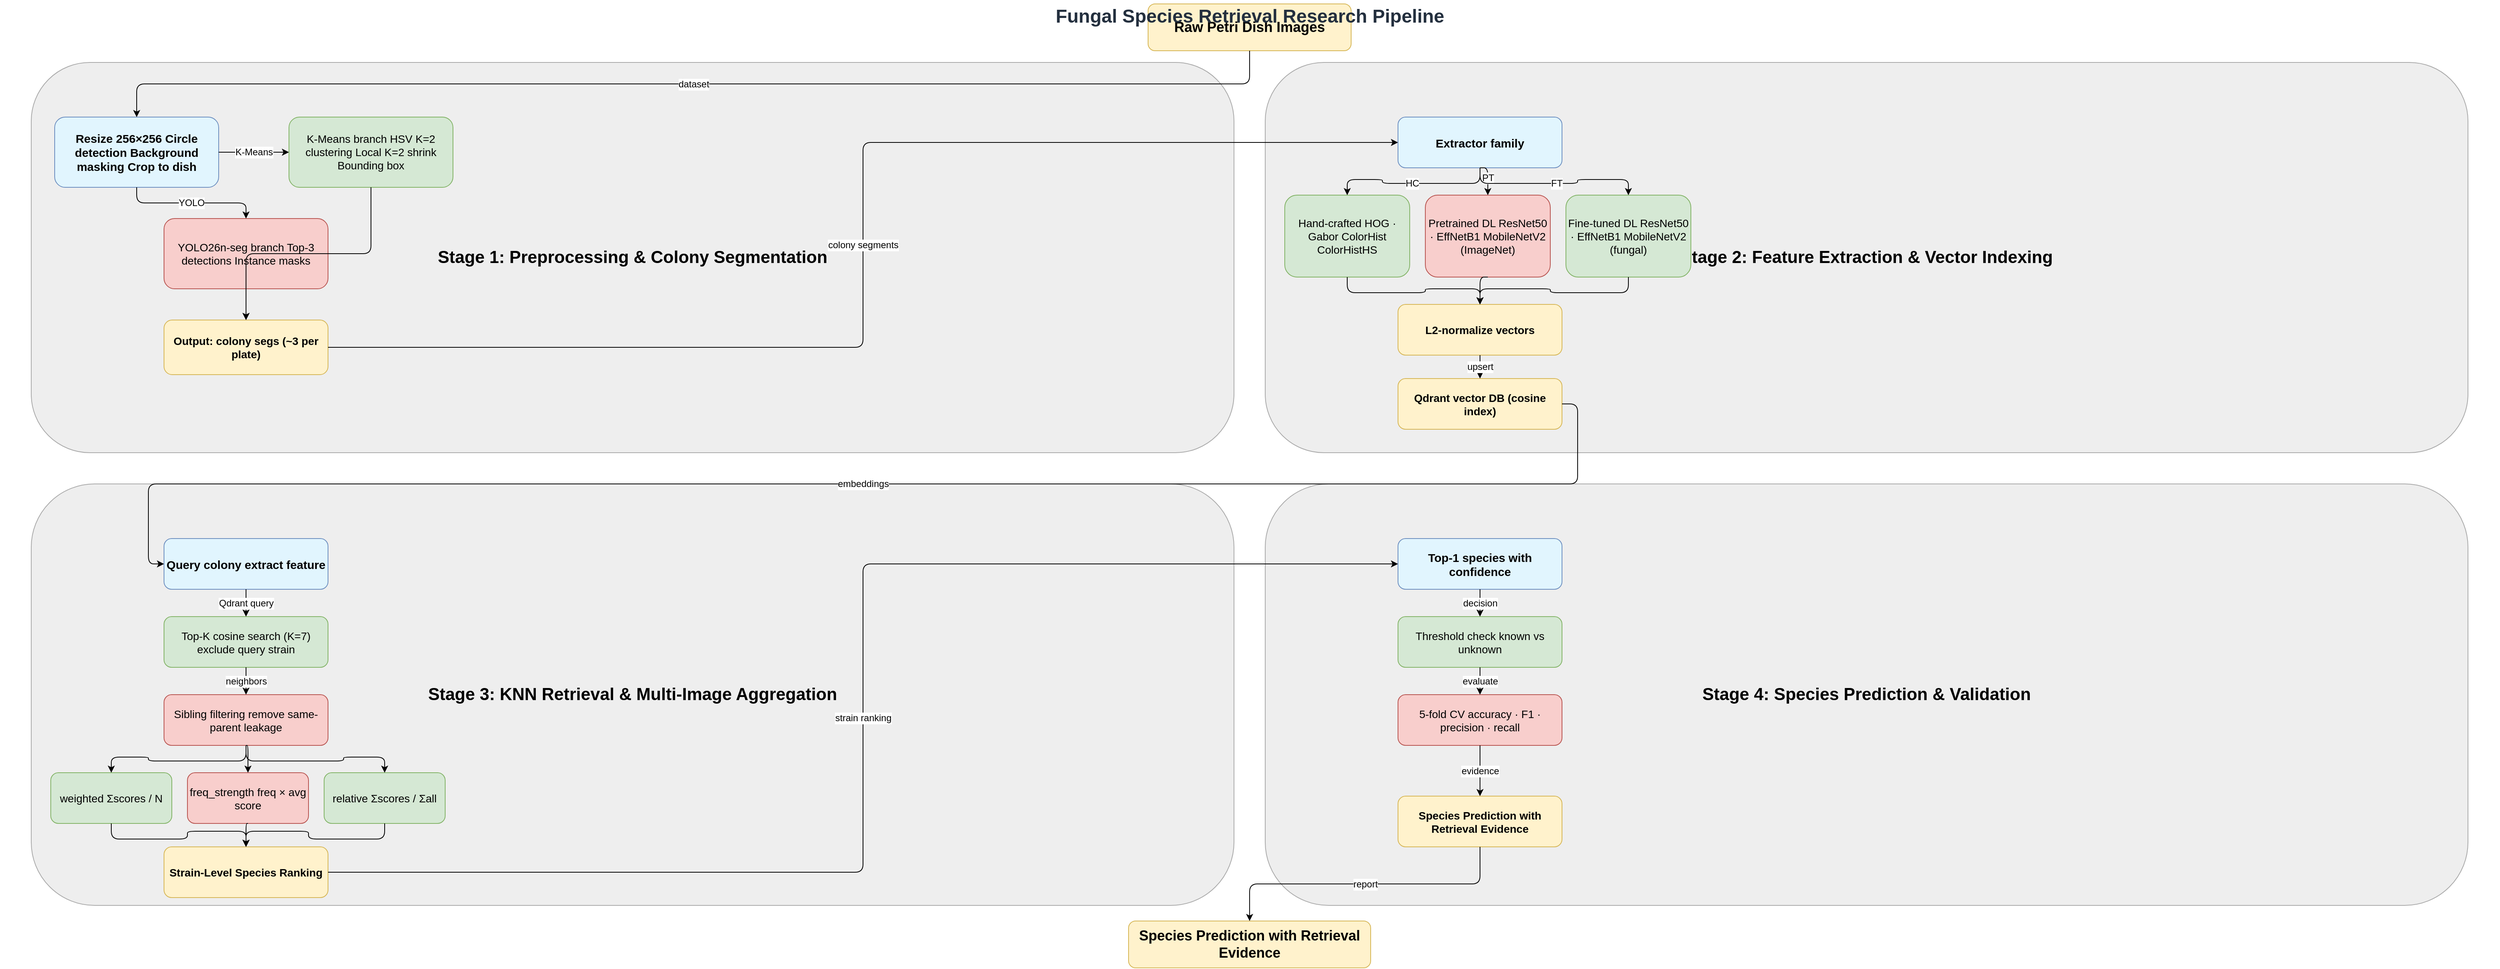
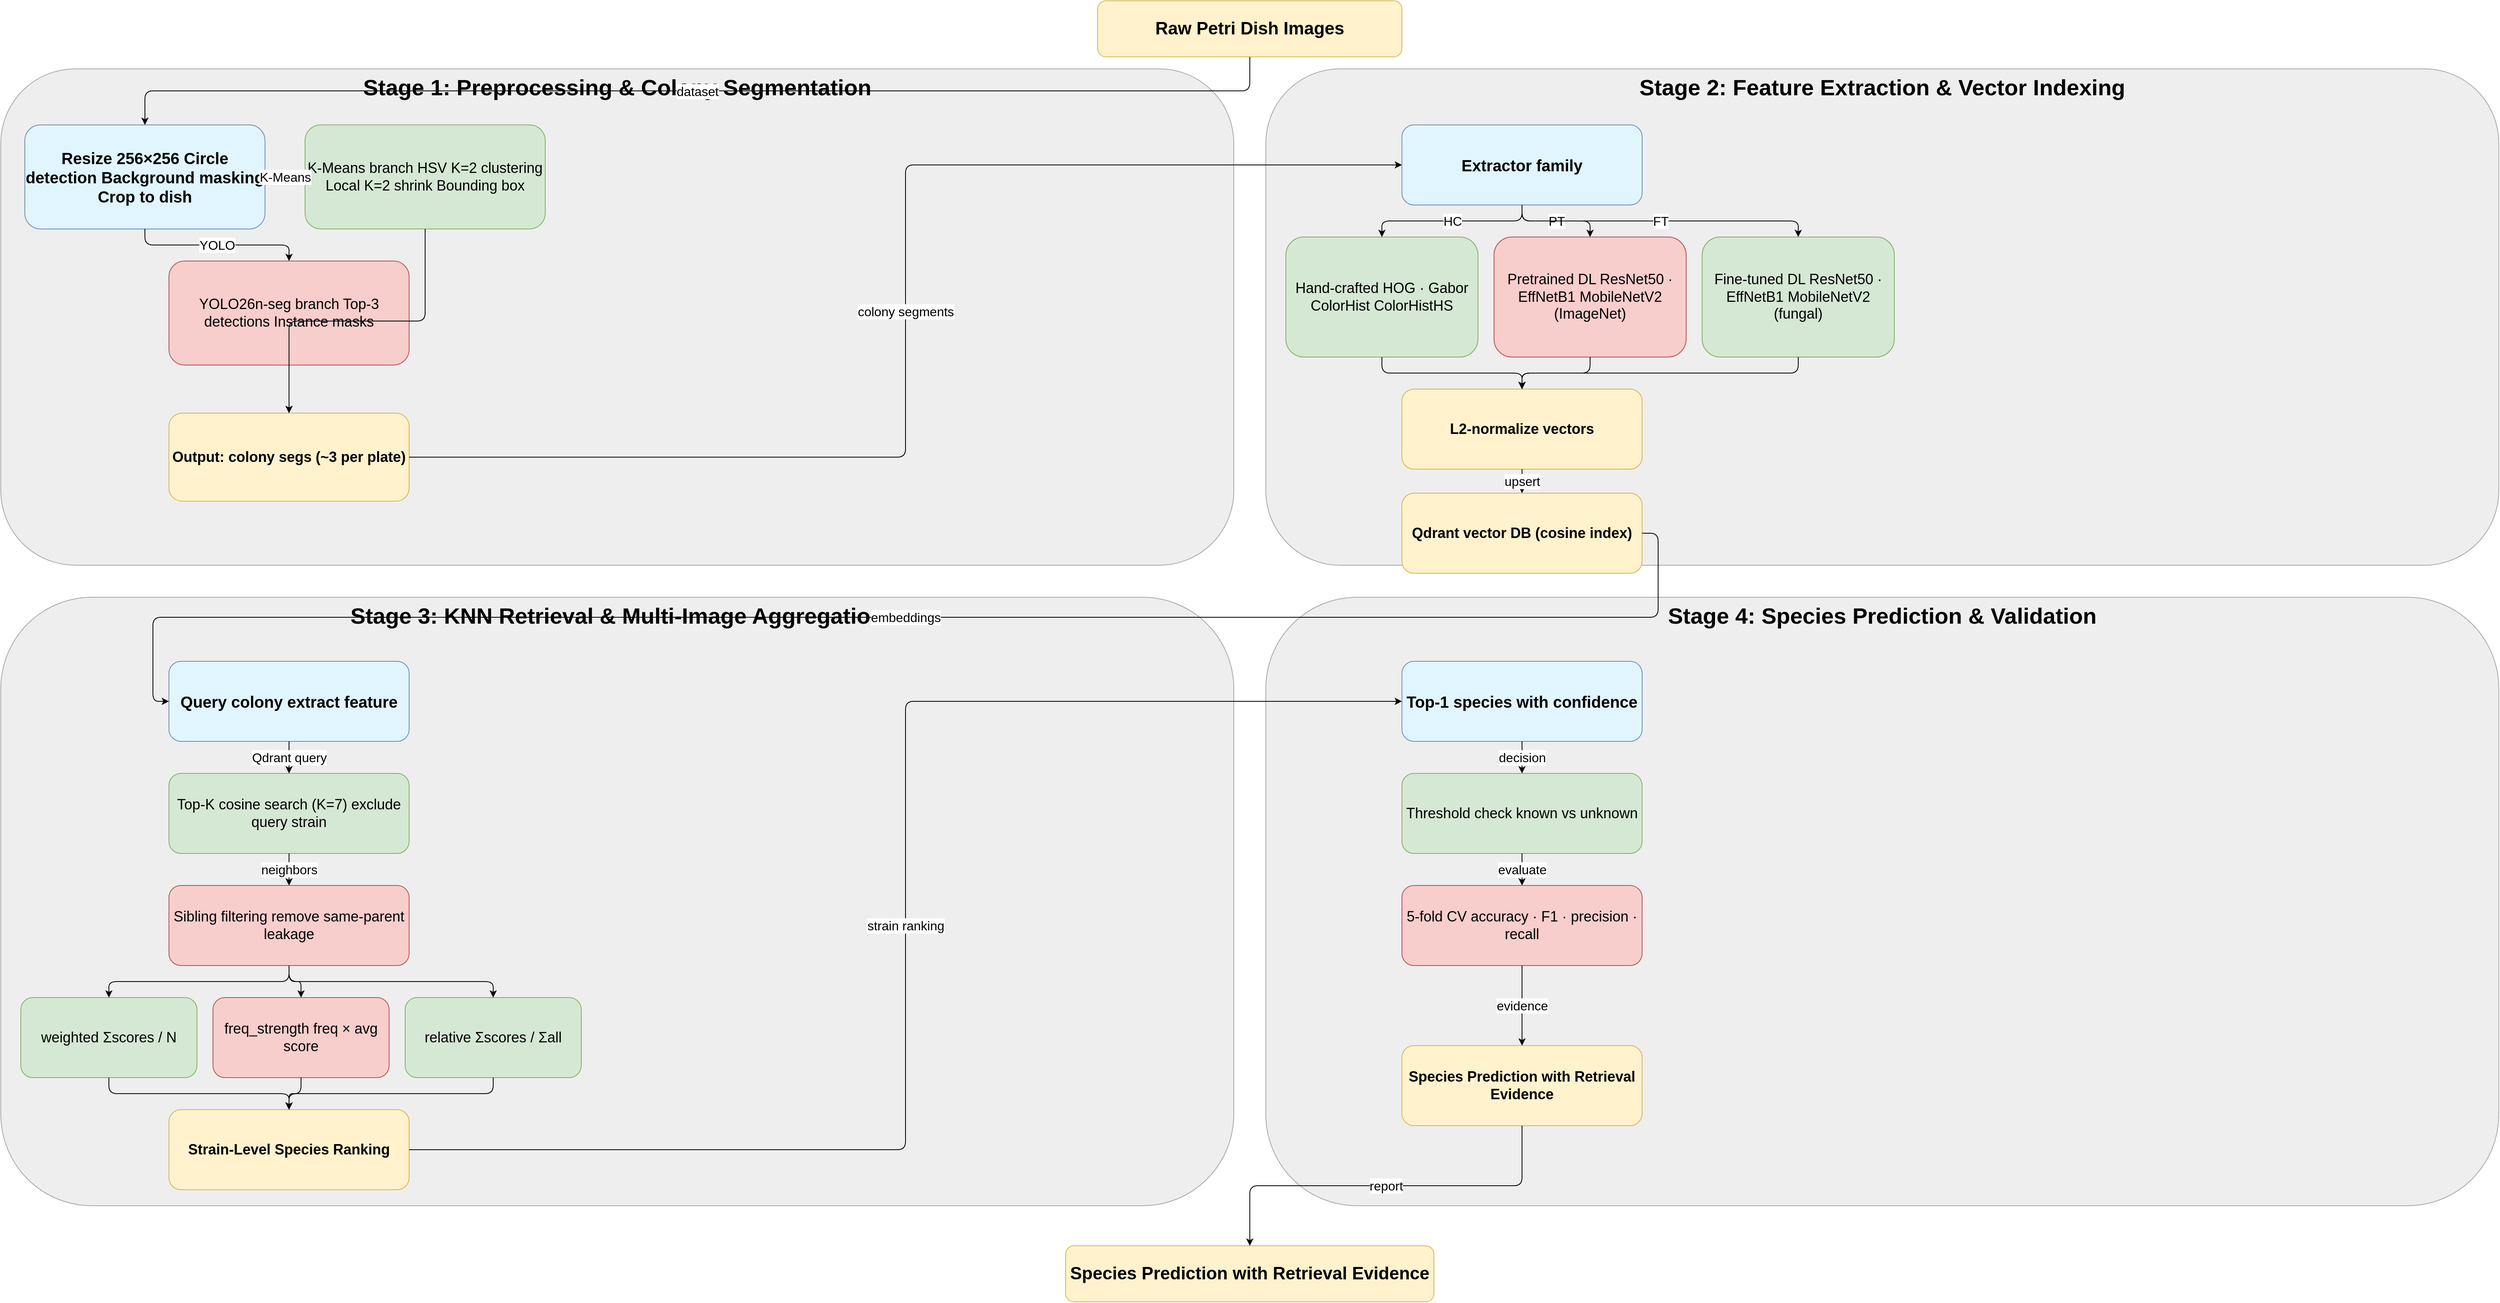
<?xml version="1.0" encoding="UTF-8"?>
<mxfile host="app.diagrams.net">
  <diagram name="Research Pipeline" id="d">
-     <mxGraphModel dx="2400" dy="1600" grid="0" gridSize="10" guides="1" tooltips="1" connect="1" arrows="1" fold="1" page="1" pageScale="1" pageWidth="3200" pageHeight="2200" math="0" shadow="0">
+     <mxGraphModel dx="2400" dy="1600" grid="0" gridSize="10" guides="1" tooltips="1" connect="1" arrows="1" fold="1" page="1" pageScale="1" pageWidth="3200" pageHeight="2300" math="0" shadow="0">
      <root>
        <mxCell id="0"/>
        <mxCell id="1" parent="0"/>
-         <mxCell id="s1" value="Stage 1: Preprocessing &amp; Colony Segmentation" style="rounded=1;whiteSpace=wrap;html=1;fillColor=#EEEEEE;strokeColor=#AAAAAA;fontSize=22;fontStyle=1;verticalAlign=middle;align=center;" vertex="1" parent="1"><mxGeometry x="40" y="100" width="1540" height="500" as="geometry"/></mxCell>
+         <mxCell id="s1" value="Stage 1: Preprocessing &amp; Colony Segmentation" style="rounded=1;whiteSpace=wrap;html=1;fillColor=#EEEEEE;strokeColor=#AAAAAA;fontSize=28;fontStyle=1;verticalAlign=top;align=center;" vertex="1" parent="1"><mxGeometry x="40" y="100" width="1540" height="620" as="geometry"/></mxCell>
        <mxCell id="s1a" value="Resize 256×256
Circle detection
Background masking
- Crop to dish" style="rounded=1;whiteSpace=wrap;html=1;fillColor=#E1F5FE;strokeColor=#6C8EBF;fontSize=15;fontStyle=1;verticalAlign=middle;align=center;" vertex="1" parent="1"><mxGeometry x="70" y="170" width="210" height="90" as="geometry"/></mxCell>
+ Crop to dish" style="rounded=1;whiteSpace=wrap;html=1;fillColor=#E1F5FE;strokeColor=#6C8EBF;fontSize=20;fontStyle=1;verticalAlign=middle;align=center;" vertex="1" parent="1"><mxGeometry x="70" y="170" width="300" height="130" as="geometry"/></mxCell>
        <mxCell id="s1b" value="K-Means branch
HSV K=2 clustering
Local K=2 shrink
- Bounding box" style="rounded=1;whiteSpace=wrap;html=1;fillColor=#D5E8D4;strokeColor=#82B366;fontSize=14;fontStyle=0;verticalAlign=middle;align=center;" vertex="1" parent="1"><mxGeometry x="370" y="170" width="210" height="90" as="geometry"/></mxCell>
+ Bounding box" style="rounded=1;whiteSpace=wrap;html=1;fillColor=#D5E8D4;strokeColor=#82B366;fontSize=18;fontStyle=0;verticalAlign=middle;align=center;" vertex="1" parent="1"><mxGeometry x="420" y="170" width="300" height="130" as="geometry"/></mxCell>
        <mxCell id="s1c" value="YOLO26n-seg branch
Top-3 detections
- Instance masks" style="rounded=1;whiteSpace=wrap;html=1;fillColor=#F8CECC;strokeColor=#B85450;fontSize=14;fontStyle=0;verticalAlign=middle;align=center;" vertex="1" parent="1"><mxGeometry x="210" y="300" width="210" height="90" as="geometry"/></mxCell>
-         <mxCell id="s1d" value="Output: colony segs (~3 per plate)" style="rounded=1;whiteSpace=wrap;html=1;fillColor=#FFF2CC;strokeColor=#D6B656;fontSize=14;fontStyle=1;verticalAlign=middle;align=center;" vertex="1" parent="1"><mxGeometry x="210" y="430" width="210" height="70" as="geometry"/></mxCell>
-         <mxCell id="s2" value="Stage 2: Feature Extraction &amp; Vector Indexing" style="rounded=1;whiteSpace=wrap;html=1;fillColor=#EEEEEE;strokeColor=#AAAAAA;fontSize=22;fontStyle=1;verticalAlign=middle;align=center;" vertex="1" parent="1"><mxGeometry x="1620" y="100" width="1540" height="500" as="geometry"/></mxCell>
-         <mxCell id="s2a" value="Extractor family" style="rounded=1;whiteSpace=wrap;html=1;fillColor=#E1F5FE;strokeColor=#6C8EBF;fontSize=15;fontStyle=1;verticalAlign=middle;align=center;" vertex="1" parent="1"><mxGeometry x="1790" y="170" width="210" height="65" as="geometry"/></mxCell>
+ Instance masks" style="rounded=1;whiteSpace=wrap;html=1;fillColor=#F8CECC;strokeColor=#B85450;fontSize=18;fontStyle=0;verticalAlign=middle;align=center;" vertex="1" parent="1"><mxGeometry x="250" y="340" width="300" height="130" as="geometry"/></mxCell>
+         <mxCell id="s1d" value="Output: colony segs (~3 per plate)" style="rounded=1;whiteSpace=wrap;html=1;fillColor=#FFF2CC;strokeColor=#D6B656;fontSize=18;fontStyle=1;verticalAlign=middle;align=center;" vertex="1" parent="1"><mxGeometry x="250" y="530" width="300" height="110" as="geometry"/></mxCell>
+         <mxCell id="s2" value="Stage 2: Feature Extraction &amp; Vector Indexing" style="rounded=1;whiteSpace=wrap;html=1;fillColor=#EEEEEE;strokeColor=#AAAAAA;fontSize=28;fontStyle=1;verticalAlign=top;align=center;" vertex="1" parent="1"><mxGeometry x="1620" y="100" width="1540" height="620" as="geometry"/></mxCell>
+         <mxCell id="s2a" value="Extractor family" style="rounded=1;whiteSpace=wrap;html=1;fillColor=#E1F5FE;strokeColor=#6C8EBF;fontSize=20;fontStyle=1;verticalAlign=middle;align=center;" vertex="1" parent="1"><mxGeometry x="1790" y="170" width="300" height="100" as="geometry"/></mxCell>
        <mxCell id="s2b" value="Hand-crafted
HOG · Gabor
ColorHist
- ColorHistHS" style="rounded=1;whiteSpace=wrap;html=1;fillColor=#D5E8D4;strokeColor=#82B366;fontSize=14;fontStyle=0;verticalAlign=middle;align=center;" vertex="1" parent="1"><mxGeometry x="1645" y="270" width="160" height="105" as="geometry"/></mxCell>
+ ColorHistHS" style="rounded=1;whiteSpace=wrap;html=1;fillColor=#D5E8D4;strokeColor=#82B366;fontSize=18;fontStyle=0;verticalAlign=middle;align=center;" vertex="1" parent="1"><mxGeometry x="1645" y="310" width="240" height="150" as="geometry"/></mxCell>
        <mxCell id="s2c" value="Pretrained DL
ResNet50 · EffNetB1
MobileNetV2
- (ImageNet)" style="rounded=1;whiteSpace=wrap;html=1;fillColor=#F8CECC;strokeColor=#B85450;fontSize=14;fontStyle=0;verticalAlign=middle;align=center;" vertex="1" parent="1"><mxGeometry x="1825" y="270" width="160" height="105" as="geometry"/></mxCell>
+ (ImageNet)" style="rounded=1;whiteSpace=wrap;html=1;fillColor=#F8CECC;strokeColor=#B85450;fontSize=18;fontStyle=0;verticalAlign=middle;align=center;" vertex="1" parent="1"><mxGeometry x="1905" y="310" width="240" height="150" as="geometry"/></mxCell>
        <mxCell id="s2d" value="Fine-tuned DL
ResNet50 · EffNetB1
MobileNetV2
- (fungal)" style="rounded=1;whiteSpace=wrap;html=1;fillColor=#D5E8D4;strokeColor=#82B366;fontSize=14;fontStyle=0;verticalAlign=middle;align=center;" vertex="1" parent="1"><mxGeometry x="2005" y="270" width="160" height="105" as="geometry"/></mxCell>
-         <mxCell id="s2e" value="L2-normalize vectors" style="rounded=1;whiteSpace=wrap;html=1;fillColor=#FFF2CC;strokeColor=#D6B656;fontSize=14;fontStyle=1;verticalAlign=middle;align=center;" vertex="1" parent="1"><mxGeometry x="1790" y="410" width="210" height="65" as="geometry"/></mxCell>
-         <mxCell id="s2f" value="Qdrant vector DB (cosine index)" style="rounded=1;whiteSpace=wrap;html=1;fillColor=#FFF2CC;strokeColor=#D6B656;fontSize=14;fontStyle=1;verticalAlign=middle;align=center;" vertex="1" parent="1"><mxGeometry x="1790" y="505" width="210" height="65" as="geometry"/></mxCell>
-         <mxCell id="s3" value="Stage 3: KNN Retrieval &amp; Multi-Image Aggregation" style="rounded=1;whiteSpace=wrap;html=1;fillColor=#EEEEEE;strokeColor=#AAAAAA;fontSize=22;fontStyle=1;verticalAlign=middle;align=center;" vertex="1" parent="1"><mxGeometry x="40" y="640" width="1540" height="540" as="geometry"/></mxCell>
+ (fungal)" style="rounded=1;whiteSpace=wrap;html=1;fillColor=#D5E8D4;strokeColor=#82B366;fontSize=18;fontStyle=0;verticalAlign=middle;align=center;" vertex="1" parent="1"><mxGeometry x="2165" y="310" width="240" height="150" as="geometry"/></mxCell>
+         <mxCell id="s2e" value="L2-normalize vectors" style="rounded=1;whiteSpace=wrap;html=1;fillColor=#FFF2CC;strokeColor=#D6B656;fontSize=18;fontStyle=1;verticalAlign=middle;align=center;" vertex="1" parent="1"><mxGeometry x="1790" y="500" width="300" height="100" as="geometry"/></mxCell>
+         <mxCell id="s2f" value="Qdrant vector DB (cosine index)" style="rounded=1;whiteSpace=wrap;html=1;fillColor=#FFF2CC;strokeColor=#D6B656;fontSize=18;fontStyle=1;verticalAlign=middle;align=center;" vertex="1" parent="1"><mxGeometry x="1790" y="630" width="300" height="100" as="geometry"/></mxCell>
+         <mxCell id="s3" value="Stage 3: KNN Retrieval &amp; Multi-Image Aggregation" style="rounded=1;whiteSpace=wrap;html=1;fillColor=#EEEEEE;strokeColor=#AAAAAA;fontSize=28;fontStyle=1;verticalAlign=top;align=center;" vertex="1" parent="1"><mxGeometry x="40" y="760" width="1540" height="760" as="geometry"/></mxCell>
        <mxCell id="s3a" value="Query colony
- extract feature" style="rounded=1;whiteSpace=wrap;html=1;fillColor=#E1F5FE;strokeColor=#6C8EBF;fontSize=15;fontStyle=1;verticalAlign=middle;align=center;" vertex="1" parent="1"><mxGeometry x="210" y="710" width="210" height="65" as="geometry"/></mxCell>
+ extract feature" style="rounded=1;whiteSpace=wrap;html=1;fillColor=#E1F5FE;strokeColor=#6C8EBF;fontSize=20;fontStyle=1;verticalAlign=middle;align=center;" vertex="1" parent="1"><mxGeometry x="250" y="840" width="300" height="100" as="geometry"/></mxCell>
        <mxCell id="s3b" value="Top-K cosine search (K=7)
- exclude query strain" style="rounded=1;whiteSpace=wrap;html=1;fillColor=#D5E8D4;strokeColor=#82B366;fontSize=14;fontStyle=0;verticalAlign=middle;align=center;" vertex="1" parent="1"><mxGeometry x="210" y="810" width="210" height="65" as="geometry"/></mxCell>
+ exclude query strain" style="rounded=1;whiteSpace=wrap;html=1;fillColor=#D5E8D4;strokeColor=#82B366;fontSize=18;fontStyle=0;verticalAlign=middle;align=center;" vertex="1" parent="1"><mxGeometry x="250" y="980" width="300" height="100" as="geometry"/></mxCell>
        <mxCell id="s3c" value="Sibling filtering
- remove same-parent leakage" style="rounded=1;whiteSpace=wrap;html=1;fillColor=#F8CECC;strokeColor=#B85450;fontSize=14;fontStyle=0;verticalAlign=middle;align=center;" vertex="1" parent="1"><mxGeometry x="210" y="910" width="210" height="65" as="geometry"/></mxCell>
+ remove same-parent leakage" style="rounded=1;whiteSpace=wrap;html=1;fillColor=#F8CECC;strokeColor=#B85450;fontSize=18;fontStyle=0;verticalAlign=middle;align=center;" vertex="1" parent="1"><mxGeometry x="250" y="1120" width="300" height="100" as="geometry"/></mxCell>
        <mxCell id="s3d" value="weighted
- Σscores / N" style="rounded=1;whiteSpace=wrap;html=1;fillColor=#D5E8D4;strokeColor=#82B366;fontSize=14;fontStyle=0;verticalAlign=middle;align=center;" vertex="1" parent="1"><mxGeometry x="65" y="1010" width="155" height="65" as="geometry"/></mxCell>
+ Σscores / N" style="rounded=1;whiteSpace=wrap;html=1;fillColor=#D5E8D4;strokeColor=#82B366;fontSize=18;fontStyle=0;verticalAlign=middle;align=center;" vertex="1" parent="1"><mxGeometry x="65" y="1260" width="220" height="100" as="geometry"/></mxCell>
        <mxCell id="s3e" value="freq_strength
- freq × avg score" style="rounded=1;whiteSpace=wrap;html=1;fillColor=#F8CECC;strokeColor=#B85450;fontSize=14;fontStyle=0;verticalAlign=middle;align=center;" vertex="1" parent="1"><mxGeometry x="240" y="1010" width="155" height="65" as="geometry"/></mxCell>
+ freq × avg score" style="rounded=1;whiteSpace=wrap;html=1;fillColor=#F8CECC;strokeColor=#B85450;fontSize=18;fontStyle=0;verticalAlign=middle;align=center;" vertex="1" parent="1"><mxGeometry x="305" y="1260" width="220" height="100" as="geometry"/></mxCell>
        <mxCell id="s3f" value="relative
- Σscores / Σall" style="rounded=1;whiteSpace=wrap;html=1;fillColor=#D5E8D4;strokeColor=#82B366;fontSize=14;fontStyle=0;verticalAlign=middle;align=center;" vertex="1" parent="1"><mxGeometry x="415" y="1010" width="155" height="65" as="geometry"/></mxCell>
-         <mxCell id="s3g" value="Strain-Level Species Ranking" style="rounded=1;whiteSpace=wrap;html=1;fillColor=#FFF2CC;strokeColor=#D6B656;fontSize=14;fontStyle=1;verticalAlign=middle;align=center;" vertex="1" parent="1"><mxGeometry x="210" y="1105" width="210" height="65" as="geometry"/></mxCell>
-         <mxCell id="s4" value="Stage 4: Species Prediction &amp; Validation" style="rounded=1;whiteSpace=wrap;html=1;fillColor=#EEEEEE;strokeColor=#AAAAAA;fontSize=22;fontStyle=1;verticalAlign=middle;align=center;" vertex="1" parent="1"><mxGeometry x="1620" y="640" width="1540" height="540" as="geometry"/></mxCell>
+ Σscores / Σall" style="rounded=1;whiteSpace=wrap;html=1;fillColor=#D5E8D4;strokeColor=#82B366;fontSize=18;fontStyle=0;verticalAlign=middle;align=center;" vertex="1" parent="1"><mxGeometry x="545" y="1260" width="220" height="100" as="geometry"/></mxCell>
+         <mxCell id="s3g" value="Strain-Level Species Ranking" style="rounded=1;whiteSpace=wrap;html=1;fillColor=#FFF2CC;strokeColor=#D6B656;fontSize=18;fontStyle=1;verticalAlign=middle;align=center;" vertex="1" parent="1"><mxGeometry x="250" y="1400" width="300" height="100" as="geometry"/></mxCell>
+         <mxCell id="s4" value="Stage 4: Species Prediction &amp; Validation" style="rounded=1;whiteSpace=wrap;html=1;fillColor=#EEEEEE;strokeColor=#AAAAAA;fontSize=28;fontStyle=1;verticalAlign=top;align=center;" vertex="1" parent="1"><mxGeometry x="1620" y="760" width="1540" height="760" as="geometry"/></mxCell>
        <mxCell id="s4a" value="Top-1 species
- with confidence" style="rounded=1;whiteSpace=wrap;html=1;fillColor=#E1F5FE;strokeColor=#6C8EBF;fontSize=15;fontStyle=1;verticalAlign=middle;align=center;" vertex="1" parent="1"><mxGeometry x="1790" y="710" width="210" height="65" as="geometry"/></mxCell>
+ with confidence" style="rounded=1;whiteSpace=wrap;html=1;fillColor=#E1F5FE;strokeColor=#6C8EBF;fontSize=20;fontStyle=1;verticalAlign=middle;align=center;" vertex="1" parent="1"><mxGeometry x="1790" y="840" width="300" height="100" as="geometry"/></mxCell>
        <mxCell id="s4b" value="Threshold check
- known vs unknown" style="rounded=1;whiteSpace=wrap;html=1;fillColor=#D5E8D4;strokeColor=#82B366;fontSize=14;fontStyle=0;verticalAlign=middle;align=center;" vertex="1" parent="1"><mxGeometry x="1790" y="810" width="210" height="65" as="geometry"/></mxCell>
+ known vs unknown" style="rounded=1;whiteSpace=wrap;html=1;fillColor=#D5E8D4;strokeColor=#82B366;fontSize=18;fontStyle=0;verticalAlign=middle;align=center;" vertex="1" parent="1"><mxGeometry x="1790" y="980" width="300" height="100" as="geometry"/></mxCell>
        <mxCell id="s4c" value="5-fold CV
- accuracy · F1 · precision · recall" style="rounded=1;whiteSpace=wrap;html=1;fillColor=#F8CECC;strokeColor=#B85450;fontSize=14;fontStyle=0;verticalAlign=middle;align=center;" vertex="1" parent="1"><mxGeometry x="1790" y="910" width="210" height="65" as="geometry"/></mxCell>
+ accuracy · F1 · precision · recall" style="rounded=1;whiteSpace=wrap;html=1;fillColor=#F8CECC;strokeColor=#B85450;fontSize=18;fontStyle=0;verticalAlign=middle;align=center;" vertex="1" parent="1"><mxGeometry x="1790" y="1120" width="300" height="100" as="geometry"/></mxCell>
        <mxCell id="s4d" value="Species Prediction
- with Retrieval Evidence" style="rounded=1;whiteSpace=wrap;html=1;fillColor=#FFF2CC;strokeColor=#D6B656;fontSize=14;fontStyle=1;verticalAlign=middle;align=center;" vertex="1" parent="1"><mxGeometry x="1790" y="1040" width="210" height="65" as="geometry"/></mxCell>
-         <mxCell id="raw" value="Raw Petri Dish Images" style="rounded=1;whiteSpace=wrap;html=1;fillColor=#FFF2CC;strokeColor=#D6B656;fontSize=18;fontStyle=1;verticalAlign=middle;align=center;" vertex="1" parent="1"><mxGeometry x="1470" y="25" width="260" height="60" as="geometry"/></mxCell>
-         <mxCell id="final" value="Species Prediction with Retrieval Evidence" style="rounded=1;whiteSpace=wrap;html=1;fillColor=#FFF2CC;strokeColor=#D6B656;fontSize=18;fontStyle=1;verticalAlign=middle;align=center;" vertex="1" parent="1"><mxGeometry x="1445" y="1200" width="310" height="60" as="geometry"/></mxCell>
-         <mxCell id="title" value="Fungal Species Retrieval Research Pipeline" style="text;html=1;align=center;fontStyle=1;fontSize=24;fontColor=#232F3E;" vertex="1" parent="1"><mxGeometry x="0" y="20" width="3200" height="40" as="geometry"/></mxCell>
-         <mxCell id="e1" value="dataset" style="edgeStyle=orthogonalEdgeStyle;rounded=1;orthogonalLoop=1;jettySize=auto;html=1;exitX=0.5;exitY=1;exitDx=0;exitDy=0;entryX=0.5;entryY=0;entryDx=0;entryDy=0;fontSize=12;" edge="1" parent="1" source="raw" target="s1a"><mxGeometry relative="1" as="geometry"/></mxCell>
-         <mxCell id="e2" value="colony segments" style="edgeStyle=orthogonalEdgeStyle;rounded=1;orthogonalLoop=1;jettySize=auto;html=1;exitX=1;exitY=0.5;exitDx=0;exitDy=0;entryX=0;entryY=0.5;entryDx=0;entryDy=0;fontSize=12;" edge="1" parent="1" source="s1d" target="s2a"><mxGeometry relative="1" as="geometry"/></mxCell>
-         <mxCell id="e3" value="embeddings" style="edgeStyle=orthogonalEdgeStyle;rounded=1;orthogonalLoop=1;jettySize=auto;html=1;exitX=1;exitY=0.5;exitDx=0;exitDy=0;entryX=0;entryY=0.5;entryDx=0;entryDy=0;fontSize=12;" edge="1" parent="1" source="s2f" target="s3a"><mxGeometry relative="1" as="geometry"/></mxCell>
-         <mxCell id="e4" value="strain ranking" style="edgeStyle=orthogonalEdgeStyle;rounded=1;orthogonalLoop=1;jettySize=auto;html=1;exitX=1;exitY=0.5;exitDx=0;exitDy=0;entryX=0;entryY=0.5;entryDx=0;entryDy=0;fontSize=12;" edge="1" parent="1" source="s3g" target="s4a"><mxGeometry relative="1" as="geometry"/></mxCell>
-         <mxCell id="e5" value="report" style="edgeStyle=orthogonalEdgeStyle;rounded=1;orthogonalLoop=1;jettySize=auto;html=1;exitX=0.5;exitY=1;exitDx=0;exitDy=0;entryX=0.5;entryY=0;entryDx=0;entryDy=0;fontSize=12;" edge="1" parent="1" source="s4d" target="final"><mxGeometry relative="1" as="geometry"/></mxCell>
-         <mxCell id="e6" value="K-Means" style="edgeStyle=orthogonalEdgeStyle;rounded=1;orthogonalLoop=1;jettySize=auto;html=1;exitX=1;exitY=0.5;exitDx=0;exitDy=0;entryX=0;entryY=0.5;entryDx=0;entryDy=0;fontSize=12;" edge="1" parent="1" source="s1a" target="s1b"><mxGeometry relative="1" as="geometry"/></mxCell>
-         <mxCell id="e7" value="YOLO" style="edgeStyle=orthogonalEdgeStyle;rounded=1;orthogonalLoop=1;jettySize=auto;html=1;exitX=0.5;exitY=1;exitDx=0;exitDy=0;entryX=0.5;entryY=0;entryDx=0;entryDy=0;fontSize=12;" edge="1" parent="1" source="s1a" target="s1c"><mxGeometry relative="1" as="geometry"/></mxCell>
-         <mxCell id="e8" value="" style="edgeStyle=orthogonalEdgeStyle;rounded=1;orthogonalLoop=1;jettySize=auto;html=1;exitX=0.5;exitY=1;exitDx=0;exitDy=0;entryX=0.5;entryY=0;entryDx=0;entryDy=0;fontSize=12;" edge="1" parent="1" source="s1b" target="s1d"><mxGeometry relative="1" as="geometry"/></mxCell>
-         <mxCell id="e9" value="" style="edgeStyle=orthogonalEdgeStyle;rounded=1;orthogonalLoop=1;jettySize=auto;html=1;exitX=0.5;exitY=1;exitDx=0;exitDy=0;entryX=0.5;entryY=0;entryDx=0;entryDy=0;fontSize=12;" edge="1" parent="1" source="s1c" target="s1d"><mxGeometry relative="1" as="geometry"/></mxCell>
-         <mxCell id="e10" value="HC" style="edgeStyle=orthogonalEdgeStyle;rounded=1;orthogonalLoop=1;jettySize=auto;html=1;exitX=0.5;exitY=1;exitDx=0;exitDy=0;entryX=0.5;entryY=0;entryDx=0;entryDy=0;fontSize=12;" edge="1" parent="1" source="s2a" target="s2b"><mxGeometry relative="1" as="geometry"/></mxCell>
-         <mxCell id="e11" value="PT" style="edgeStyle=orthogonalEdgeStyle;rounded=1;orthogonalLoop=1;jettySize=auto;html=1;exitX=0.5;exitY=1;exitDx=0;exitDy=0;entryX=0.5;entryY=0;entryDx=0;entryDy=0;fontSize=12;" edge="1" parent="1" source="s2a" target="s2c"><mxGeometry relative="1" as="geometry"/></mxCell>
-         <mxCell id="e12" value="FT" style="edgeStyle=orthogonalEdgeStyle;rounded=1;orthogonalLoop=1;jettySize=auto;html=1;exitX=0.5;exitY=1;exitDx=0;exitDy=0;entryX=0.5;entryY=0;entryDx=0;entryDy=0;fontSize=12;" edge="1" parent="1" source="s2a" target="s2d"><mxGeometry relative="1" as="geometry"/></mxCell>
-         <mxCell id="e13" value="" style="edgeStyle=orthogonalEdgeStyle;rounded=1;orthogonalLoop=1;jettySize=auto;html=1;exitX=0.5;exitY=1;exitDx=0;exitDy=0;entryX=0.5;entryY=0;entryDx=0;entryDy=0;fontSize=12;" edge="1" parent="1" source="s2b" target="s2e"><mxGeometry relative="1" as="geometry"/></mxCell>
-         <mxCell id="e14" value="" style="edgeStyle=orthogonalEdgeStyle;rounded=1;orthogonalLoop=1;jettySize=auto;html=1;exitX=0.5;exitY=1;exitDx=0;exitDy=0;entryX=0.5;entryY=0;entryDx=0;entryDy=0;fontSize=12;" edge="1" parent="1" source="s2c" target="s2e"><mxGeometry relative="1" as="geometry"/></mxCell>
-         <mxCell id="e15" value="" style="edgeStyle=orthogonalEdgeStyle;rounded=1;orthogonalLoop=1;jettySize=auto;html=1;exitX=0.5;exitY=1;exitDx=0;exitDy=0;entryX=0.5;entryY=0;entryDx=0;entryDy=0;fontSize=12;" edge="1" parent="1" source="s2d" target="s2e"><mxGeometry relative="1" as="geometry"/></mxCell>
-         <mxCell id="e16" value="upsert" style="edgeStyle=orthogonalEdgeStyle;rounded=1;orthogonalLoop=1;jettySize=auto;html=1;exitX=0.5;exitY=1;exitDx=0;exitDy=0;entryX=0.5;entryY=0;entryDx=0;entryDy=0;fontSize=12;" edge="1" parent="1" source="s2e" target="s2f"><mxGeometry relative="1" as="geometry"/></mxCell>
-         <mxCell id="e17" value="Qdrant query" style="edgeStyle=orthogonalEdgeStyle;rounded=1;orthogonalLoop=1;jettySize=auto;html=1;exitX=0.5;exitY=1;exitDx=0;exitDy=0;entryX=0.5;entryY=0;entryDx=0;entryDy=0;fontSize=12;" edge="1" parent="1" source="s3a" target="s3b"><mxGeometry relative="1" as="geometry"/></mxCell>
-         <mxCell id="e18" value="neighbors" style="edgeStyle=orthogonalEdgeStyle;rounded=1;orthogonalLoop=1;jettySize=auto;html=1;exitX=0.5;exitY=1;exitDx=0;exitDy=0;entryX=0.5;entryY=0;entryDx=0;entryDy=0;fontSize=12;" edge="1" parent="1" source="s3b" target="s3c"><mxGeometry relative="1" as="geometry"/></mxCell>
-         <mxCell id="e19" value="" style="edgeStyle=orthogonalEdgeStyle;rounded=1;orthogonalLoop=1;jettySize=auto;html=1;exitX=0.5;exitY=1;exitDx=0;exitDy=0;entryX=0.5;entryY=0;entryDx=0;entryDy=0;fontSize=12;" edge="1" parent="1" source="s3c" target="s3d"><mxGeometry relative="1" as="geometry"/></mxCell>
-         <mxCell id="e20" value="" style="edgeStyle=orthogonalEdgeStyle;rounded=1;orthogonalLoop=1;jettySize=auto;html=1;exitX=0.5;exitY=1;exitDx=0;exitDy=0;entryX=0.5;entryY=0;entryDx=0;entryDy=0;fontSize=12;" edge="1" parent="1" source="s3c" target="s3e"><mxGeometry relative="1" as="geometry"/></mxCell>
-         <mxCell id="e21" value="" style="edgeStyle=orthogonalEdgeStyle;rounded=1;orthogonalLoop=1;jettySize=auto;html=1;exitX=0.5;exitY=1;exitDx=0;exitDy=0;entryX=0.5;entryY=0;entryDx=0;entryDy=0;fontSize=12;" edge="1" parent="1" source="s3c" target="s3f"><mxGeometry relative="1" as="geometry"/></mxCell>
-         <mxCell id="e22" value="" style="edgeStyle=orthogonalEdgeStyle;rounded=1;orthogonalLoop=1;jettySize=auto;html=1;exitX=0.5;exitY=1;exitDx=0;exitDy=0;entryX=0.5;entryY=0;entryDx=0;entryDy=0;fontSize=12;" edge="1" parent="1" source="s3d" target="s3g"><mxGeometry relative="1" as="geometry"/></mxCell>
-         <mxCell id="e23" value="" style="edgeStyle=orthogonalEdgeStyle;rounded=1;orthogonalLoop=1;jettySize=auto;html=1;exitX=0.5;exitY=1;exitDx=0;exitDy=0;entryX=0.5;entryY=0;entryDx=0;entryDy=0;fontSize=12;" edge="1" parent="1" source="s3e" target="s3g"><mxGeometry relative="1" as="geometry"/></mxCell>
-         <mxCell id="e24" value="" style="edgeStyle=orthogonalEdgeStyle;rounded=1;orthogonalLoop=1;jettySize=auto;html=1;exitX=0.5;exitY=1;exitDx=0;exitDy=0;entryX=0.5;entryY=0;entryDx=0;entryDy=0;fontSize=12;" edge="1" parent="1" source="s3f" target="s3g"><mxGeometry relative="1" as="geometry"/></mxCell>
-         <mxCell id="e25" value="decision" style="edgeStyle=orthogonalEdgeStyle;rounded=1;orthogonalLoop=1;jettySize=auto;html=1;exitX=0.5;exitY=1;exitDx=0;exitDy=0;entryX=0.5;entryY=0;entryDx=0;entryDy=0;fontSize=12;" edge="1" parent="1" source="s4a" target="s4b"><mxGeometry relative="1" as="geometry"/></mxCell>
-         <mxCell id="e26" value="evaluate" style="edgeStyle=orthogonalEdgeStyle;rounded=1;orthogonalLoop=1;jettySize=auto;html=1;exitX=0.5;exitY=1;exitDx=0;exitDy=0;entryX=0.5;entryY=0;entryDx=0;entryDy=0;fontSize=12;" edge="1" parent="1" source="s4b" target="s4c"><mxGeometry relative="1" as="geometry"/></mxCell>
-         <mxCell id="e27" value="evidence" style="edgeStyle=orthogonalEdgeStyle;rounded=1;orthogonalLoop=1;jettySize=auto;html=1;exitX=0.5;exitY=1;exitDx=0;exitDy=0;entryX=0.5;entryY=0;entryDx=0;entryDy=0;fontSize=12;" edge="1" parent="1" source="s4c" target="s4d"><mxGeometry relative="1" as="geometry"/></mxCell>
+ with Retrieval Evidence" style="rounded=1;whiteSpace=wrap;html=1;fillColor=#FFF2CC;strokeColor=#D6B656;fontSize=18;fontStyle=1;verticalAlign=middle;align=center;" vertex="1" parent="1"><mxGeometry x="1790" y="1320" width="300" height="100" as="geometry"/></mxCell>
+         <mxCell id="raw" value="Raw Petri Dish Images" style="rounded=1;whiteSpace=wrap;html=1;fillColor=#FFF2CC;strokeColor=#D6B656;fontSize=22;fontStyle=1;verticalAlign=middle;align=center;" vertex="1" parent="1"><mxGeometry x="1410" y="15" width="380" height="70" as="geometry"/></mxCell>
+         <mxCell id="final" value="Species Prediction with Retrieval Evidence" style="rounded=1;whiteSpace=wrap;html=1;fillColor=#FFF2CC;strokeColor=#D6B656;fontSize=22;fontStyle=1;verticalAlign=middle;align=center;" vertex="1" parent="1"><mxGeometry x="1370" y="1570" width="460" height="70" as="geometry"/></mxCell>
+         <mxCell id="e1" value="dataset" style="edgeStyle=orthogonalEdgeStyle;rounded=1;orthogonalLoop=1;jettySize=auto;html=1;exitX=0.5;exitY=1;exitDx=0;exitDy=0;entryX=0.5;entryY=0;entryDx=0;entryDy=0;fontSize=16;" edge="1" parent="1" source="raw" target="s1a"><mxGeometry relative="1" as="geometry"/></mxCell>
+         <mxCell id="e2" value="colony segments" style="edgeStyle=orthogonalEdgeStyle;rounded=1;orthogonalLoop=1;jettySize=auto;html=1;exitX=1;exitY=0.5;exitDx=0;exitDy=0;entryX=0;entryY=0.5;entryDx=0;entryDy=0;fontSize=16;" edge="1" parent="1" source="s1d" target="s2a"><mxGeometry relative="1" as="geometry"/></mxCell>
+         <mxCell id="e3" value="embeddings" style="edgeStyle=orthogonalEdgeStyle;rounded=1;orthogonalLoop=1;jettySize=auto;html=1;exitX=1;exitY=0.5;exitDx=0;exitDy=0;entryX=0;entryY=0.5;entryDx=0;entryDy=0;fontSize=16;" edge="1" parent="1" source="s2f" target="s3a"><mxGeometry relative="1" as="geometry"/></mxCell>
+         <mxCell id="e4" value="strain ranking" style="edgeStyle=orthogonalEdgeStyle;rounded=1;orthogonalLoop=1;jettySize=auto;html=1;exitX=1;exitY=0.5;exitDx=0;exitDy=0;entryX=0;entryY=0.5;entryDx=0;entryDy=0;fontSize=16;" edge="1" parent="1" source="s3g" target="s4a"><mxGeometry relative="1" as="geometry"/></mxCell>
+         <mxCell id="e5" value="report" style="edgeStyle=orthogonalEdgeStyle;rounded=1;orthogonalLoop=1;jettySize=auto;html=1;exitX=0.5;exitY=1;exitDx=0;exitDy=0;entryX=0.5;entryY=0;entryDx=0;entryDy=0;fontSize=16;" edge="1" parent="1" source="s4d" target="final"><mxGeometry relative="1" as="geometry"/></mxCell>
+         <mxCell id="e6" value="K-Means" style="edgeStyle=orthogonalEdgeStyle;rounded=1;orthogonalLoop=1;jettySize=auto;html=1;exitX=1;exitY=0.5;exitDx=0;exitDy=0;entryX=0;entryY=0.5;entryDx=0;entryDy=0;fontSize=16;" edge="1" parent="1" source="s1a" target="s1b"><mxGeometry relative="1" as="geometry"/></mxCell>
+         <mxCell id="e7" value="YOLO" style="edgeStyle=orthogonalEdgeStyle;rounded=1;orthogonalLoop=1;jettySize=auto;html=1;exitX=0.5;exitY=1;exitDx=0;exitDy=0;entryX=0.5;entryY=0;entryDx=0;entryDy=0;fontSize=16;" edge="1" parent="1" source="s1a" target="s1c"><mxGeometry relative="1" as="geometry"/></mxCell>
+         <mxCell id="e8" value="" style="edgeStyle=orthogonalEdgeStyle;rounded=1;orthogonalLoop=1;jettySize=auto;html=1;exitX=0.5;exitY=1;exitDx=0;exitDy=0;entryX=0.5;entryY=0;entryDx=0;entryDy=0;fontSize=16;" edge="1" parent="1" source="s1b" target="s1d"><mxGeometry relative="1" as="geometry"/></mxCell>
+         <mxCell id="e9" value="" style="edgeStyle=orthogonalEdgeStyle;rounded=1;orthogonalLoop=1;jettySize=auto;html=1;exitX=0.5;exitY=1;exitDx=0;exitDy=0;entryX=0.5;entryY=0;entryDx=0;entryDy=0;fontSize=16;" edge="1" parent="1" source="s1c" target="s1d"><mxGeometry relative="1" as="geometry"/></mxCell>
+         <mxCell id="e10" value="HC" style="edgeStyle=orthogonalEdgeStyle;rounded=1;orthogonalLoop=1;jettySize=auto;html=1;exitX=0.5;exitY=1;exitDx=0;exitDy=0;entryX=0.5;entryY=0;entryDx=0;entryDy=0;fontSize=16;" edge="1" parent="1" source="s2a" target="s2b"><mxGeometry relative="1" as="geometry"/></mxCell>
+         <mxCell id="e11" value="PT" style="edgeStyle=orthogonalEdgeStyle;rounded=1;orthogonalLoop=1;jettySize=auto;html=1;exitX=0.5;exitY=1;exitDx=0;exitDy=0;entryX=0.5;entryY=0;entryDx=0;entryDy=0;fontSize=16;" edge="1" parent="1" source="s2a" target="s2c"><mxGeometry relative="1" as="geometry"/></mxCell>
+         <mxCell id="e12" value="FT" style="edgeStyle=orthogonalEdgeStyle;rounded=1;orthogonalLoop=1;jettySize=auto;html=1;exitX=0.5;exitY=1;exitDx=0;exitDy=0;entryX=0.5;entryY=0;entryDx=0;entryDy=0;fontSize=16;" edge="1" parent="1" source="s2a" target="s2d"><mxGeometry relative="1" as="geometry"/></mxCell>
+         <mxCell id="e13" value="" style="edgeStyle=orthogonalEdgeStyle;rounded=1;orthogonalLoop=1;jettySize=auto;html=1;exitX=0.5;exitY=1;exitDx=0;exitDy=0;entryX=0.5;entryY=0;entryDx=0;entryDy=0;fontSize=16;" edge="1" parent="1" source="s2b" target="s2e"><mxGeometry relative="1" as="geometry"/></mxCell>
+         <mxCell id="e14" value="" style="edgeStyle=orthogonalEdgeStyle;rounded=1;orthogonalLoop=1;jettySize=auto;html=1;exitX=0.5;exitY=1;exitDx=0;exitDy=0;entryX=0.5;entryY=0;entryDx=0;entryDy=0;fontSize=16;" edge="1" parent="1" source="s2c" target="s2e"><mxGeometry relative="1" as="geometry"/></mxCell>
+         <mxCell id="e15" value="" style="edgeStyle=orthogonalEdgeStyle;rounded=1;orthogonalLoop=1;jettySize=auto;html=1;exitX=0.5;exitY=1;exitDx=0;exitDy=0;entryX=0.5;entryY=0;entryDx=0;entryDy=0;fontSize=16;" edge="1" parent="1" source="s2d" target="s2e"><mxGeometry relative="1" as="geometry"/></mxCell>
+         <mxCell id="e16" value="upsert" style="edgeStyle=orthogonalEdgeStyle;rounded=1;orthogonalLoop=1;jettySize=auto;html=1;exitX=0.5;exitY=1;exitDx=0;exitDy=0;entryX=0.5;entryY=0;entryDx=0;entryDy=0;fontSize=16;" edge="1" parent="1" source="s2e" target="s2f"><mxGeometry relative="1" as="geometry"/></mxCell>
+         <mxCell id="e17" value="Qdrant query" style="edgeStyle=orthogonalEdgeStyle;rounded=1;orthogonalLoop=1;jettySize=auto;html=1;exitX=0.5;exitY=1;exitDx=0;exitDy=0;entryX=0.5;entryY=0;entryDx=0;entryDy=0;fontSize=16;" edge="1" parent="1" source="s3a" target="s3b"><mxGeometry relative="1" as="geometry"/></mxCell>
+         <mxCell id="e18" value="neighbors" style="edgeStyle=orthogonalEdgeStyle;rounded=1;orthogonalLoop=1;jettySize=auto;html=1;exitX=0.5;exitY=1;exitDx=0;exitDy=0;entryX=0.5;entryY=0;entryDx=0;entryDy=0;fontSize=16;" edge="1" parent="1" source="s3b" target="s3c"><mxGeometry relative="1" as="geometry"/></mxCell>
+         <mxCell id="e19" value="" style="edgeStyle=orthogonalEdgeStyle;rounded=1;orthogonalLoop=1;jettySize=auto;html=1;exitX=0.5;exitY=1;exitDx=0;exitDy=0;entryX=0.5;entryY=0;entryDx=0;entryDy=0;fontSize=16;" edge="1" parent="1" source="s3c" target="s3d"><mxGeometry relative="1" as="geometry"/></mxCell>
+         <mxCell id="e20" value="" style="edgeStyle=orthogonalEdgeStyle;rounded=1;orthogonalLoop=1;jettySize=auto;html=1;exitX=0.5;exitY=1;exitDx=0;exitDy=0;entryX=0.5;entryY=0;entryDx=0;entryDy=0;fontSize=16;" edge="1" parent="1" source="s3c" target="s3e"><mxGeometry relative="1" as="geometry"/></mxCell>
+         <mxCell id="e21" value="" style="edgeStyle=orthogonalEdgeStyle;rounded=1;orthogonalLoop=1;jettySize=auto;html=1;exitX=0.5;exitY=1;exitDx=0;exitDy=0;entryX=0.5;entryY=0;entryDx=0;entryDy=0;fontSize=16;" edge="1" parent="1" source="s3c" target="s3f"><mxGeometry relative="1" as="geometry"/></mxCell>
+         <mxCell id="e22" value="" style="edgeStyle=orthogonalEdgeStyle;rounded=1;orthogonalLoop=1;jettySize=auto;html=1;exitX=0.5;exitY=1;exitDx=0;exitDy=0;entryX=0.5;entryY=0;entryDx=0;entryDy=0;fontSize=16;" edge="1" parent="1" source="s3d" target="s3g"><mxGeometry relative="1" as="geometry"/></mxCell>
+         <mxCell id="e23" value="" style="edgeStyle=orthogonalEdgeStyle;rounded=1;orthogonalLoop=1;jettySize=auto;html=1;exitX=0.5;exitY=1;exitDx=0;exitDy=0;entryX=0.5;entryY=0;entryDx=0;entryDy=0;fontSize=16;" edge="1" parent="1" source="s3e" target="s3g"><mxGeometry relative="1" as="geometry"/></mxCell>
+         <mxCell id="e24" value="" style="edgeStyle=orthogonalEdgeStyle;rounded=1;orthogonalLoop=1;jettySize=auto;html=1;exitX=0.5;exitY=1;exitDx=0;exitDy=0;entryX=0.5;entryY=0;entryDx=0;entryDy=0;fontSize=16;" edge="1" parent="1" source="s3f" target="s3g"><mxGeometry relative="1" as="geometry"/></mxCell>
+         <mxCell id="e25" value="decision" style="edgeStyle=orthogonalEdgeStyle;rounded=1;orthogonalLoop=1;jettySize=auto;html=1;exitX=0.5;exitY=1;exitDx=0;exitDy=0;entryX=0.5;entryY=0;entryDx=0;entryDy=0;fontSize=16;" edge="1" parent="1" source="s4a" target="s4b"><mxGeometry relative="1" as="geometry"/></mxCell>
+         <mxCell id="e26" value="evaluate" style="edgeStyle=orthogonalEdgeStyle;rounded=1;orthogonalLoop=1;jettySize=auto;html=1;exitX=0.5;exitY=1;exitDx=0;exitDy=0;entryX=0.5;entryY=0;entryDx=0;entryDy=0;fontSize=16;" edge="1" parent="1" source="s4b" target="s4c"><mxGeometry relative="1" as="geometry"/></mxCell>
+         <mxCell id="e27" value="evidence" style="edgeStyle=orthogonalEdgeStyle;rounded=1;orthogonalLoop=1;jettySize=auto;html=1;exitX=0.5;exitY=1;exitDx=0;exitDy=0;entryX=0.5;entryY=0;entryDx=0;entryDy=0;fontSize=16;" edge="1" parent="1" source="s4c" target="s4d"><mxGeometry relative="1" as="geometry"/></mxCell>
      </root>
    </mxGraphModel>
  </diagram>
</mxfile>